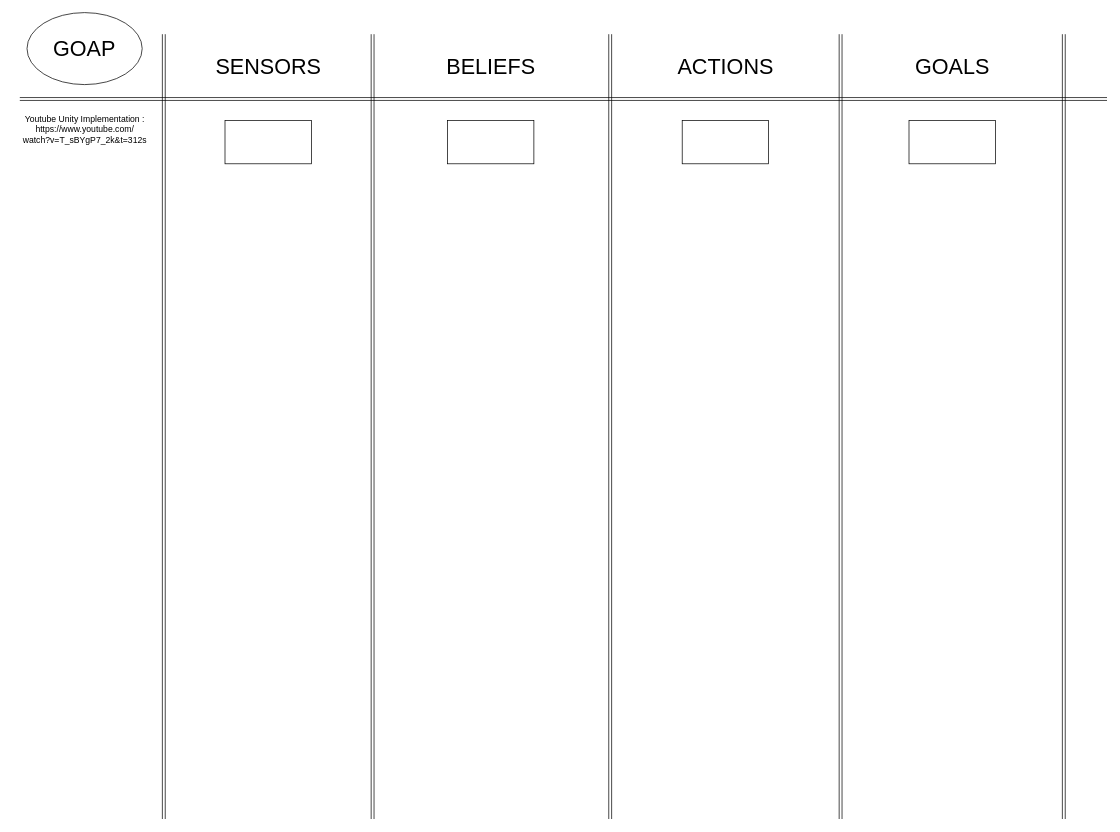
This is page "City" (3 of 6) of sources/lux.drawio from LouisViel/Lux-AI, a draw.io file, before an edit. Source tidied: cells renumbered, new cells numbered last; positions are measured from the earlier drawing's top-left corner, leaving out a move shared by most shapes. Both pictures are drawn from the tidied source at 72%, with x=0, y=0 at pixel (12, 12).
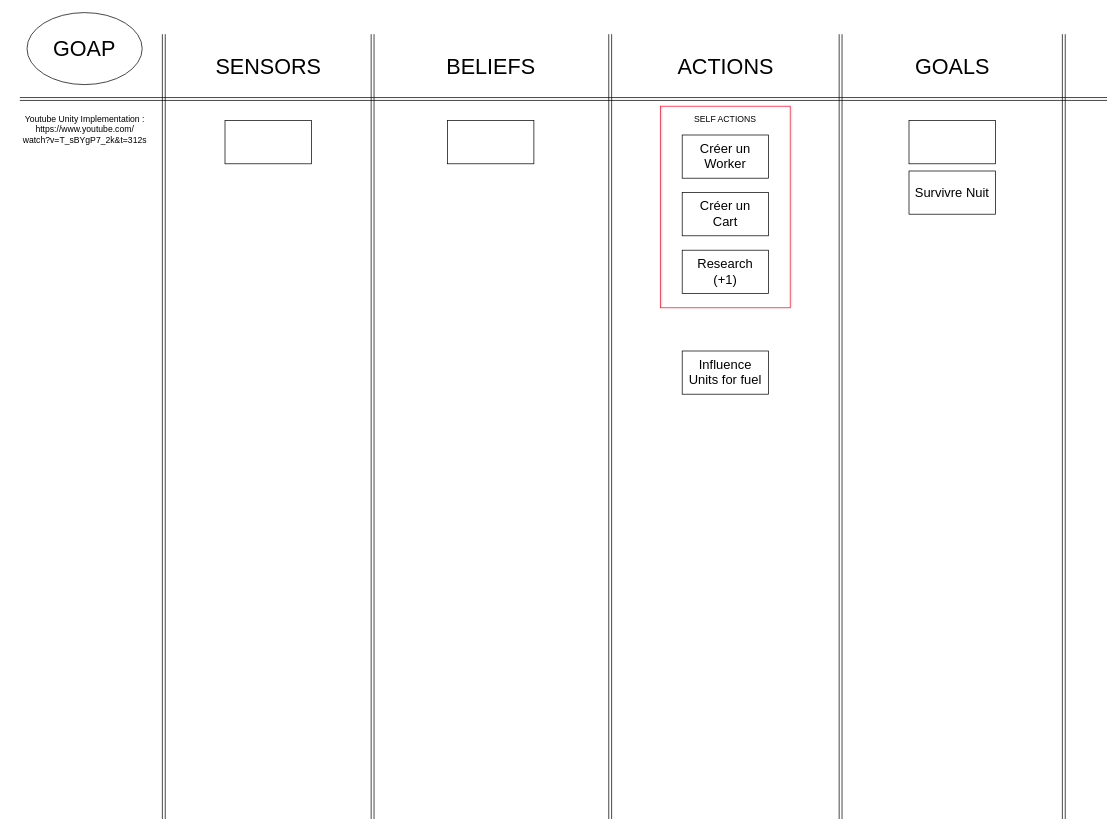
After the change.

Diff of the diagram source:
```diff
@@
+    <mxCell id="18" value="&lt;div&gt;SELF ACTIONS&lt;br&gt;&lt;br&gt;&lt;br&gt;&lt;br&gt;&lt;br&gt;&lt;br&gt;&lt;br&gt;&lt;br&gt;&lt;br&gt;&lt;br&gt;&lt;br&gt;&lt;br&gt;&lt;br&gt;&lt;br&gt;&lt;br&gt;&lt;br&gt;&lt;br&gt;&lt;br&gt;&lt;/div&gt;" style="whiteSpace=wrap;html=1;fillColor=none;strokeColor=#FF0022;" parent="1" vertex="1">
+      <mxGeometry x="900" y="130" width="180" height="280" as="geometry" />
+    </mxCell>
@@
-    <mxCell id="13" style="whiteSpace=wrap;html=1;fontSize=18;labelBackgroundColor=none;" parent="1" vertex="1">
-      <mxGeometry x="930" y="150" width="120" height="60" as="geometry" />
-    </mxCell>
@@
+    <mxCell id="19" value="Survivre Nuit" style="whiteSpace=wrap;html=1;fontSize=18;labelBackgroundColor=none;" parent="1" vertex="1">
+      <mxGeometry x="1245" y="220" width="120" height="60" as="geometry" />
+    </mxCell>
+    <mxCell id="20" value="Créer un Worker" style="whiteSpace=wrap;html=1;fontSize=18;labelBackgroundColor=none;" parent="1" vertex="1">
+      <mxGeometry x="930" y="170" width="120" height="60" as="geometry" />
+    </mxCell>
+    <mxCell id="21" value="Créer un&lt;br&gt;Cart" style="whiteSpace=wrap;html=1;fontSize=18;labelBackgroundColor=none;" parent="1" vertex="1">
+      <mxGeometry x="930" y="250" width="120" height="60" as="geometry" />
+    </mxCell>
+    <mxCell id="22" value="Research&lt;br&gt;(+1)" style="whiteSpace=wrap;html=1;fontSize=18;labelBackgroundColor=none;" parent="1" vertex="1">
+      <mxGeometry x="930" y="330" width="120" height="60" as="geometry" />
+    </mxCell>
+    <mxCell id="23" value="Influence Units for fuel" style="whiteSpace=wrap;html=1;fontSize=18;labelBackgroundColor=none;" parent="1" vertex="1">
+      <mxGeometry x="930" y="470" width="120" height="60" as="geometry" />
+    </mxCell>
```
